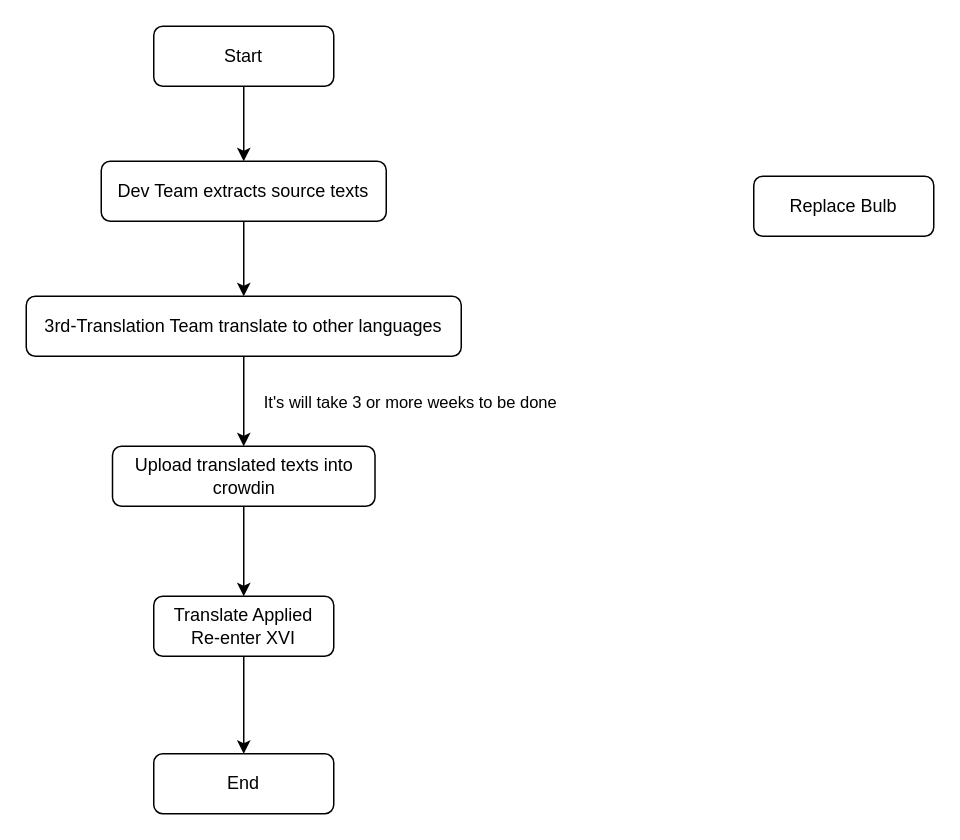
Above: Translation-Team-Flow.drawio in SmileSB1O1/draw-active (draw.io), before the change. Source tidied: cells renumbered, new cells numbered last; positions are measured from the earlier drawing's top-left corner, leaving out a move shared by most shapes. Both pictures are drawn from the tidied source at 150%, with x=0, y=0 at pixel (26, 26).
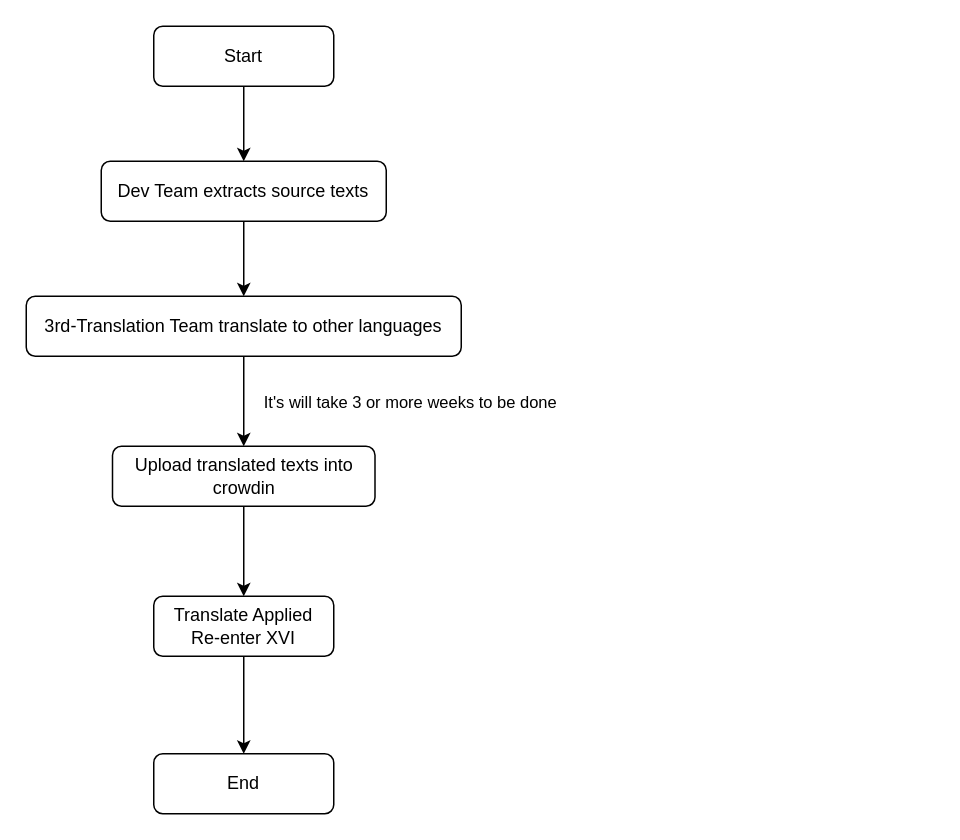
The same diagram, later.

What changed in the source:
```diff
@@
 <mxGraphModel>
   <root>
     <mxCell id="0" />
     <mxCell id="1" parent="0" />
     <mxCell id="2" style="edgeStyle=orthogonalEdgeStyle;rounded=0;jettySize=auto;html=1;" parent="1" edge="1" source="3" target="7">
       <mxGeometry relative="1" as="geometry" />
     </mxCell>
     <mxCell id="3" value="Start" style="rounded=1;whiteSpace=wrap;html=1;fontSize=12;glass=0;strokeWidth=1;shadow=0;" parent="1" vertex="1">
       <mxGeometry x="85" width="120" height="40" as="geometry" />
     </mxCell>
     <mxCell id="4" value="End" style="rounded=1;whiteSpace=wrap;html=1;fontSize=12;glass=0;strokeWidth=1;shadow=0;" parent="1" vertex="1">
       <mxGeometry x="85" y="485" width="120" height="40" as="geometry" />
     </mxCell>
-    <mxCell id="5" value="Replace Bulb" style="rounded=1;whiteSpace=wrap;html=1;fontSize=12;glass=0;strokeWidth=1;shadow=0;" parent="1" vertex="1">
-      <mxGeometry x="485" y="100" width="120" height="40" as="geometry" />
-    </mxCell>
     <mxCell id="6" style="edgeStyle=orthogonalEdgeStyle;rounded=0;jettySize=auto;html=1;" parent="1" edge="1" source="7" target="10">
       <mxGeometry relative="1" as="geometry" />
     </mxCell>
     <mxCell id="7" value="Dev Team extracts source texts" style="rounded=1;whiteSpace=wrap;html=1;fontSize=12;glass=0;strokeWidth=1;shadow=0;" parent="1" vertex="1">
       <mxGeometry x="50" y="90" width="190" height="40" as="geometry" />
     </mxCell>
     <mxCell id="8" style="edgeStyle=orthogonalEdgeStyle;rounded=0;jettySize=auto;html=1;" parent="1" edge="1" source="10" target="12">
       <mxGeometry relative="1" as="geometry" />
     </mxCell>
     <mxCell id="9" value="It's will take 3 or more&amp;nbsp;weeks to be done" style="edgeLabel;html=1;align=center;verticalAlign=middle;" parent="8" vertex="1">
       <mxGeometry x="-0.28" y="-1" relative="1" as="geometry">
         <mxPoint x="111" y="8" as="offset" />
       </mxGeometry>
     </mxCell>
     <mxCell id="10" value="3rd-Translation Team translate to other languages" style="rounded=1;whiteSpace=wrap;html=1;fontSize=12;glass=0;strokeWidth=1;shadow=0;" parent="1" vertex="1">
       <mxGeometry y="180" width="290" height="40" as="geometry" />
     </mxCell>
     <mxCell id="11" style="edgeStyle=orthogonalEdgeStyle;rounded=0;jettySize=auto;html=1;" parent="1" edge="1" source="12" target="14">
       <mxGeometry relative="1" as="geometry" />
     </mxCell>
     <mxCell id="12" value="Upload translated texts into crowdin" style="rounded=1;whiteSpace=wrap;html=1;fontSize=12;glass=0;strokeWidth=1;shadow=0;" parent="1" vertex="1">
       <mxGeometry x="57.5" y="280" width="175" height="40" as="geometry" />
     </mxCell>
     <mxCell id="13" style="edgeStyle=orthogonalEdgeStyle;rounded=0;jettySize=auto;html=1;" parent="1" edge="1" source="14" target="4">
       <mxGeometry relative="1" as="geometry" />
     </mxCell>
     <mxCell id="14" value="Translate Applied&lt;br&gt;Re-enter XVI" style="rounded=1;whiteSpace=wrap;html=1;fontSize=12;glass=0;strokeWidth=1;shadow=0;" parent="1" vertex="1">
       <mxGeometry x="85" y="380" width="120" height="40" as="geometry" />
     </mxCell>
   </root>
 </mxGraphModel>
```
